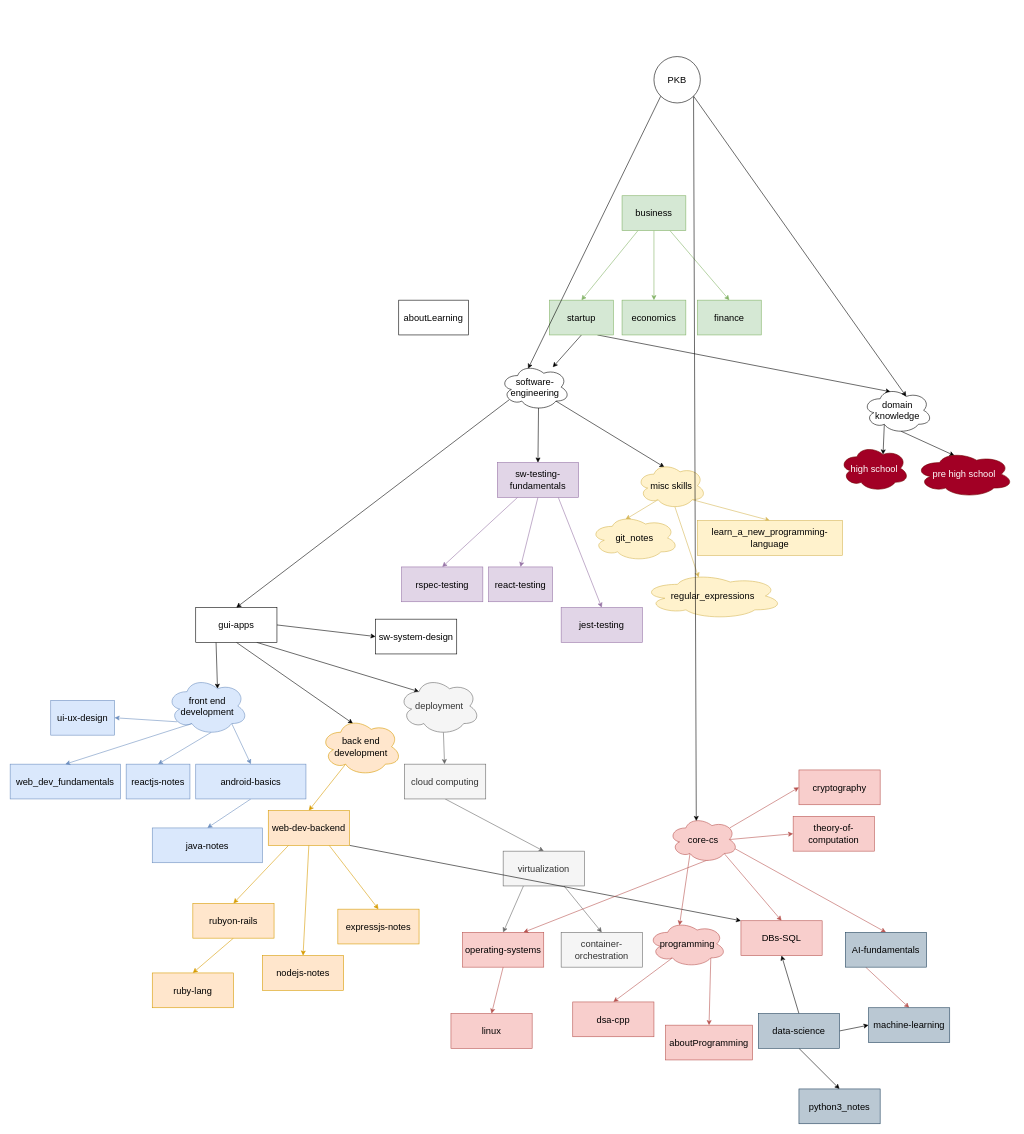
This is page "college-now" (1 of 4) of assets/personal_knowledge_base.drawio from sanjar-notes/.github, a draw.io file, before an edit. Source tidied: cells renumbered, new cells numbered last; positions are measured from the earlier drawing's top-left corner, leaving out a move shared by most shapes. Both pictures are drawn from the tidied source at 58%, with x=0, y=0 at pixel (10, 56).
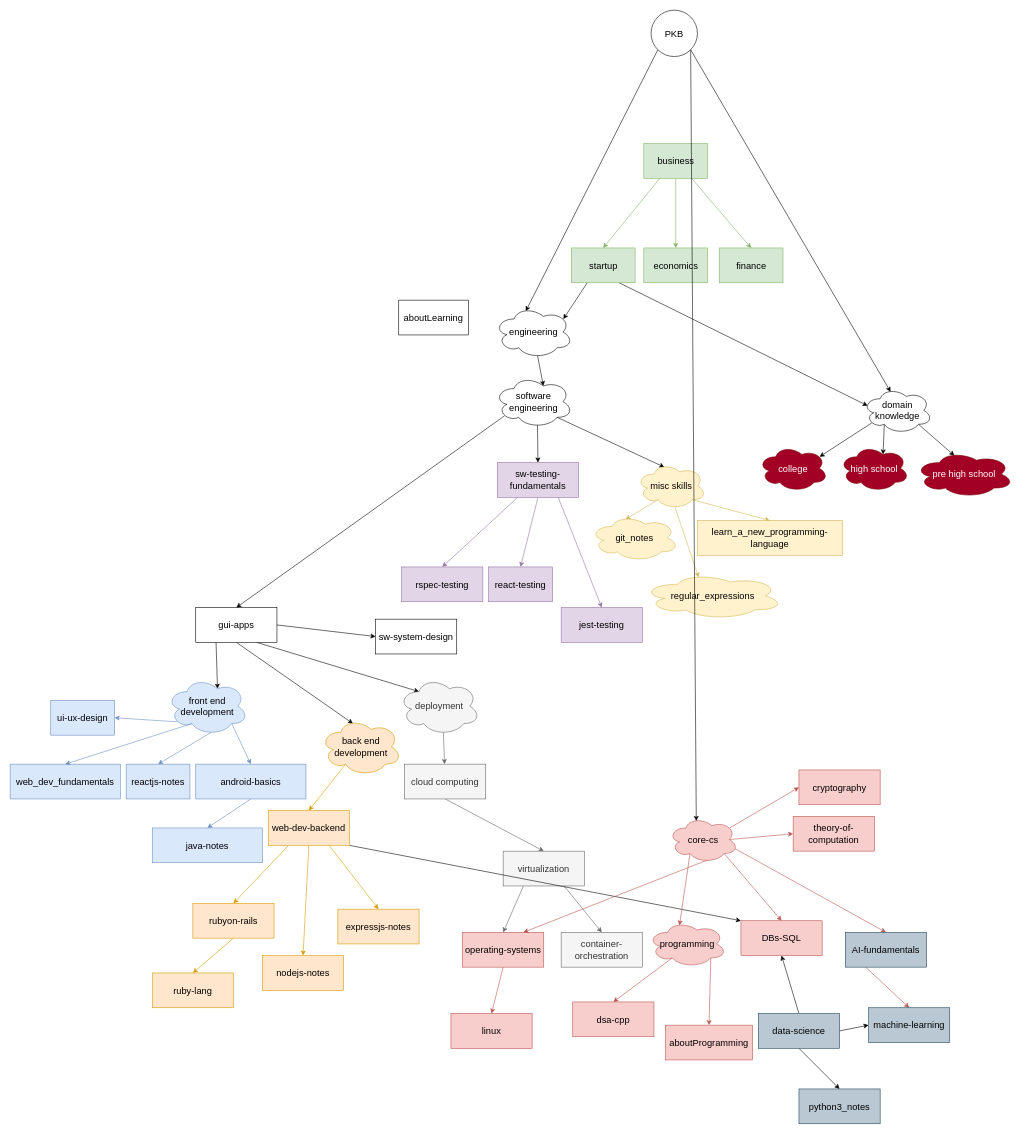
After the change.

Unchanged cells that the change refers to:
```xml
<mxCell id="85" value="domain knowledge" style="ellipse;shape=cloud;whiteSpace=wrap;html=1;fontSize=16;" parent="1" vertex="1">
  <mxGeometry x="1470" y="570" width="120" height="80" as="geometry" />
</mxCell>
<mxCell id="101" value="pre high school" style="ellipse;shape=cloud;whiteSpace=wrap;html=1;fontSize=16;fillColor=#a20025;fontColor=#ffffff;strokeColor=#6F0000;" parent="1" vertex="1">
  <mxGeometry x="1560" y="680" width="170" height="80" as="geometry" />
</mxCell>
```

Diff of the diagram source:
```diff
@@
-    <mxCell id="73" value="software-engineering" style="ellipse;shape=cloud;whiteSpace=wrap;html=1;fontSize=16;" parent="1" vertex="1">
-      <mxGeometry x="845" y="530" width="120" height="80" as="geometry" />
+    <mxCell id="73" value="software engineering" style="ellipse;shape=cloud;whiteSpace=wrap;html=1;fontSize=16;" parent="1" vertex="1">
+      <mxGeometry x="835" y="550" width="135" height="90" as="geometry" />
     </mxCell>
@@
-    <mxCell id="78" style="edgeStyle=none;html=1;exitX=0.75;exitY=1;exitDx=0;exitDy=0;entryX=0.4;entryY=0.1;entryDx=0;entryDy=0;entryPerimeter=0;" parent="1" edge="1" source="82" target="85">
+    <mxCell id="78" style="edgeStyle=none;html=1;exitX=0.75;exitY=1;exitDx=0;exitDy=0;entryX=0.07;entryY=0.4;entryDx=0;entryDy=0;entryPerimeter=0;" parent="1" edge="1" source="82" target="85">
       <mxGeometry relative="1" as="geometry" />
     </mxCell>
     <mxCell id="79" value="business" style="rounded=0;whiteSpace=wrap;html=1;fontSize=16;fillColor=#d5e8d4;strokeColor=#82b366;fontColor=#000000;" parent="1" vertex="1">
-      <mxGeometry x="1055" y="240" width="110" height="60" as="geometry" />
+      <mxGeometry x="1092.5" y="150" width="110" height="60" as="geometry" />
     </mxCell>
     <mxCell id="80" value="finance" style="rounded=0;whiteSpace=wrap;html=1;fontSize=16;fillColor=#d5e8d4;strokeColor=#82b366;fontColor=#000000;" parent="1" vertex="1">
-      <mxGeometry x="1185" y="420" width="110" height="60" as="geometry" />
+      <mxGeometry x="1222.5" y="330" width="110" height="60" as="geometry" />
     </mxCell>
-    <mxCell id="81" style="edgeStyle=none;html=1;exitX=0.5;exitY=1;exitDx=0;exitDy=0;" parent="1" edge="1" source="82" target="73">
-      <mxGeometry relative="1" as="geometry" />
-    </mxCell>
+    <mxCell id="102" style="edgeStyle=none;rounded=0;jettySize=auto;html=1;exitX=0.25;exitY=1;exitDx=0;exitDy=0;entryX=0.88;entryY=0.25;entryDx=0;entryDy=0;entryPerimeter=0;fontColor=none;" parent="1" edge="1" source="82" target="105">
+      <mxGeometry relative="1" as="geometry" />
+    </mxCell>
     <mxCell id="82" value="startup" style="rounded=0;whiteSpace=wrap;html=1;fontSize=16;fillColor=#d5e8d4;strokeColor=#82b366;fontColor=#000000;" parent="1" vertex="1">
-      <mxGeometry x="930" y="420" width="110" height="60" as="geometry" />
+      <mxGeometry x="967.5" y="330" width="110" height="60" as="geometry" />
     </mxCell>
@@
-    <mxCell id="84" style="edgeStyle=none;html=1;exitX=0.55;exitY=0.95;exitDx=0;exitDy=0;exitPerimeter=0;entryX=0.4;entryY=0.1;entryDx=0;entryDy=0;entryPerimeter=0;" parent="1" edge="1" source="85" target="101">
+    <mxCell id="84" style="edgeStyle=none;html=1;exitX=0.8;exitY=0.8;exitDx=0;exitDy=0;exitPerimeter=0;entryX=0.4;entryY=0.1;entryDx=0;entryDy=0;entryPerimeter=0;" parent="1" edge="1" source="85" target="101">
       <mxGeometry relative="1" as="geometry" />
     </mxCell>
+    <mxCell id="103" style="rounded=0;jettySize=auto;html=1;exitX=0.13;exitY=0.77;exitDx=0;exitDy=0;exitPerimeter=0;entryX=0.88;entryY=0.25;entryDx=0;entryDy=0;entryPerimeter=0;fontColor=none;noLabel=1;" parent="1" edge="1" source="85" target="106">
+      <mxGeometry relative="1" as="geometry" />
+    </mxCell>
@@
     <mxCell id="86" value="economics" style="rounded=0;whiteSpace=wrap;html=1;fontSize=16;fillColor=#d5e8d4;strokeColor=#82b366;fontColor=#000000;" parent="1" vertex="1">
-      <mxGeometry x="1055" y="420" width="110" height="60" as="geometry" />
+      <mxGeometry x="1092.5" y="330" width="110" height="60" as="geometry" />
     </mxCell>
@@
-    <mxCell id="96" style="edgeStyle=none;html=1;exitX=1;exitY=1;exitDx=0;exitDy=0;entryX=0.625;entryY=0.2;entryDx=0;entryDy=0;entryPerimeter=0;fontSize=16;" parent="1" edge="1" source="99" target="85">
+    <mxCell id="96" style="edgeStyle=none;html=1;exitX=1;exitY=1;exitDx=0;exitDy=0;entryX=0.4;entryY=0.1;entryDx=0;entryDy=0;entryPerimeter=0;fontSize=16;" parent="1" edge="1" source="99" target="85">
       <mxGeometry relative="1" as="geometry" />
     </mxCell>
-    <mxCell id="97" style="edgeStyle=none;html=1;exitX=0;exitY=1;exitDx=0;exitDy=0;entryX=0.4;entryY=0.1;entryDx=0;entryDy=0;entryPerimeter=0;fontSize=16;" parent="1" edge="1" source="99" target="73">
+    <mxCell id="97" style="edgeStyle=none;html=1;exitX=0;exitY=1;exitDx=0;exitDy=0;fontSize=16;entryX=0.4;entryY=0.1;entryDx=0;entryDy=0;entryPerimeter=0;" parent="1" edge="1" source="99" target="105">
       <mxGeometry relative="1" as="geometry" />
     </mxCell>
@@
     <mxCell id="99" value="PKB" style="ellipse;whiteSpace=wrap;html=1;fontSize=16;" parent="1" vertex="1">
-      <mxGeometry x="1110" width="80" height="80" as="geometry" />
+      <mxGeometry x="1105" y="-80" width="80" height="80" as="geometry" />
     </mxCell>
@@
+    <mxCell id="104" style="edgeStyle=none;rounded=0;jettySize=auto;html=1;exitX=0.55;exitY=0.95;exitDx=0;exitDy=0;exitPerimeter=0;entryX=0.625;entryY=0.2;entryDx=0;entryDy=0;entryPerimeter=0;fontColor=none;" parent="1" edge="1" source="105" target="73">
+      <mxGeometry relative="1" as="geometry" />
+    </mxCell>
+    <mxCell id="105" value="engineering" style="ellipse;shape=cloud;whiteSpace=wrap;html=1;fontSize=16;" parent="1" vertex="1">
+      <mxGeometry x="835" y="430" width="135" height="90" as="geometry" />
+    </mxCell>
+    <mxCell id="106" value="college" style="ellipse;shape=cloud;whiteSpace=wrap;html=1;fontSize=16;fillColor=#a20025;fontColor=#ffffff;strokeColor=#6F0000;" parent="1" vertex="1">
+      <mxGeometry x="1290" y="670" width="120" height="80" as="geometry" />
+    </mxCell>
```
